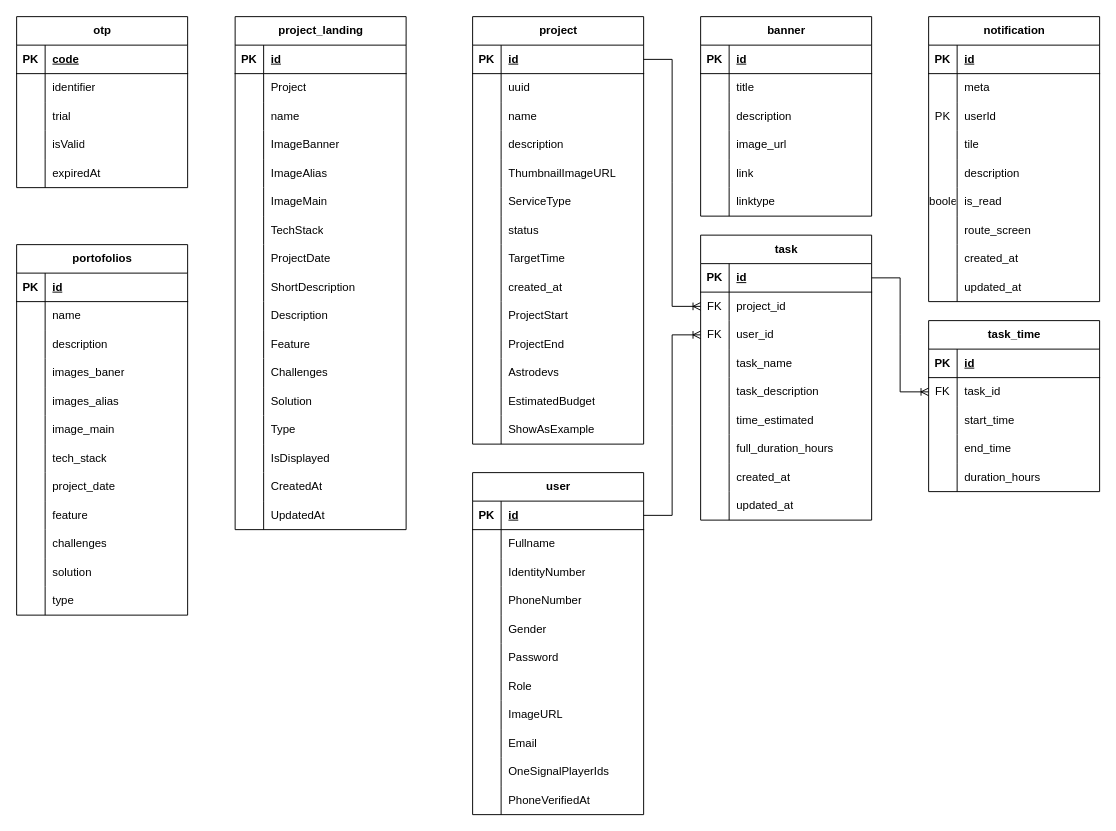
The draw.io diagram starspace/db_codespacex.drawio in DemoNicky/technical-test, before the edit. Source tidied: cells renumbered, new cells numbered last; positions are measured from the earlier drawing's top-left corner, leaving out a move shared by most shapes. Both pictures are drawn from the tidied source at 95%, with x=0, y=0 at pixel (16, 16).
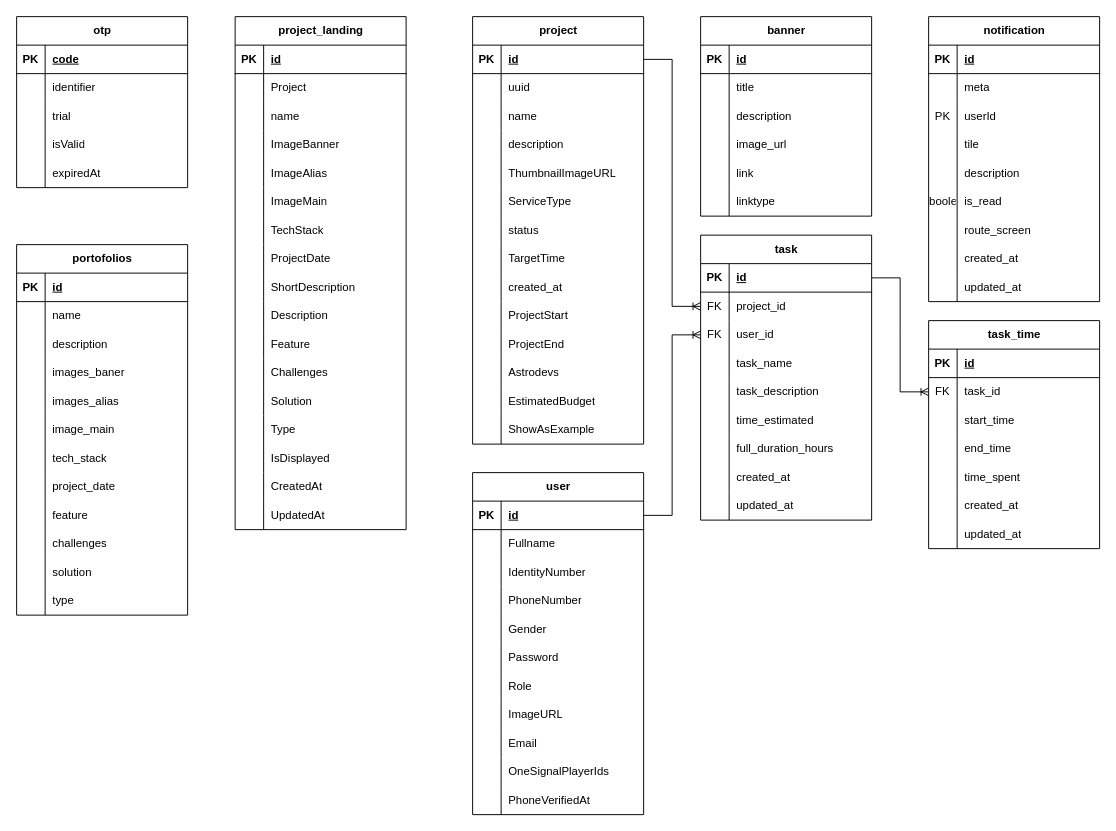
The same diagram, later.

The change refers to these unchanged cells:
```xml
<mxCell id="272" style="shape=tableRow;horizontal=0;startSize=0;swimlaneHead=0;swimlaneBody=0;fillColor=none;top=0;left=0;right=0;bottom=0;" parent="259" vertex="1">
  <mxGeometry y="150" width="180" height="30" as="geometry" />
</mxCell>
```

The edit, as a diff of the source:
```diff
@@
     <mxCell id="259" value="task_time" style="shape=table;startSize=30;childLayout=tableLayout;rowLines=0;fontStyle=1;align=center;html=1;" parent="1" vertex="1">
-      <mxGeometry x="960" y="320" width="180" height="180" as="geometry" />
+      <mxGeometry x="960" y="320" width="180" height="240" as="geometry" />
     </mxCell>
@@
-    <mxCell id="274" value="duration_hours" style="shape=partialRectangle;fillColor=none;top=0;left=0;bottom=0;right=0;align=left;spacingLeft=6;overflow=hidden;whiteSpace=wrap;html=1;" parent="272" vertex="1">
+    <mxCell id="274" value="time_spent" style="shape=partialRectangle;fillColor=none;top=0;left=0;bottom=0;right=0;align=left;spacingLeft=6;overflow=hidden;whiteSpace=wrap;html=1;" parent="272" vertex="1">
       <mxGeometry x="30" width="150" height="30" as="geometry" />
     </mxCell>
+    <mxCell id="278" style="shape=tableRow;horizontal=0;startSize=0;swimlaneHead=0;swimlaneBody=0;fillColor=none;top=0;left=0;right=0;bottom=0;" parent="259" vertex="1">
+      <mxGeometry y="180" width="180" height="30" as="geometry" />
+    </mxCell>
+    <mxCell id="279" style="shape=partialRectangle;fillColor=none;top=0;left=0;bottom=0;right=0;overflow=hidden;whiteSpace=wrap;html=1;" parent="278" vertex="1">
+      <mxGeometry width="30" height="30" as="geometry" />
+    </mxCell>
+    <mxCell id="280" value="created_at" style="shape=partialRectangle;fillColor=none;top=0;left=0;bottom=0;right=0;align=left;spacingLeft=6;overflow=hidden;whiteSpace=wrap;html=1;" parent="278" vertex="1">
+      <mxGeometry x="30" width="150" height="30" as="geometry" />
+    </mxCell>
+    <mxCell id="281" style="shape=tableRow;horizontal=0;startSize=0;swimlaneHead=0;swimlaneBody=0;fillColor=none;top=0;left=0;right=0;bottom=0;" parent="259" vertex="1">
+      <mxGeometry y="210" width="180" height="30" as="geometry" />
+    </mxCell>
+    <mxCell id="282" style="shape=partialRectangle;fillColor=none;top=0;left=0;bottom=0;right=0;overflow=hidden;whiteSpace=wrap;html=1;" parent="281" vertex="1">
+      <mxGeometry width="30" height="30" as="geometry" />
+    </mxCell>
+    <mxCell id="283" value="updated_at" style="shape=partialRectangle;fillColor=none;top=0;left=0;bottom=0;right=0;align=left;spacingLeft=6;overflow=hidden;whiteSpace=wrap;html=1;" parent="281" vertex="1">
+      <mxGeometry x="30" width="150" height="30" as="geometry" />
+    </mxCell>
```
